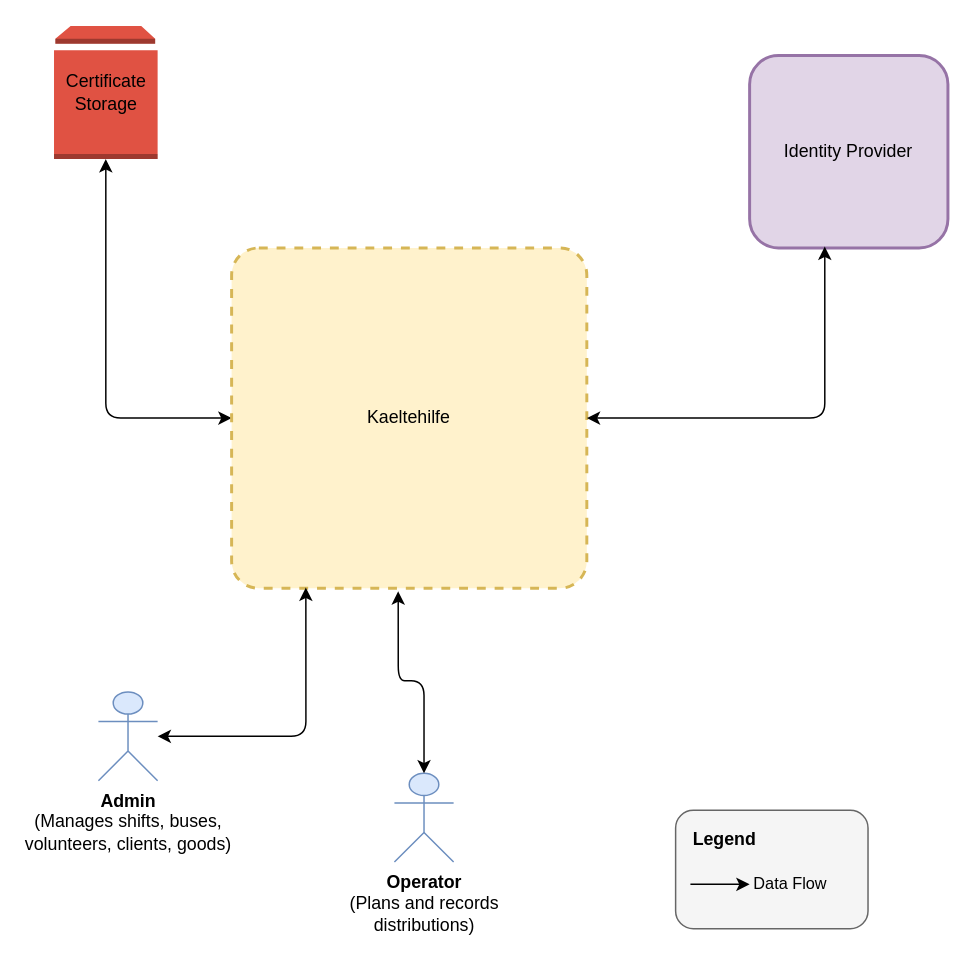
Earlier version of the draw.io diagram docs/img/architecture/1_context.drawio (Businesskasper/kaeltehilfe). Source tidied: cells renumbered, new cells numbered last; positions are measured from the earlier drawing's top-left corner, leaving out a move shared by most shapes. Both pictures are drawn from the tidied source at 148%, with x=0, y=0 at pixel (53, 25).
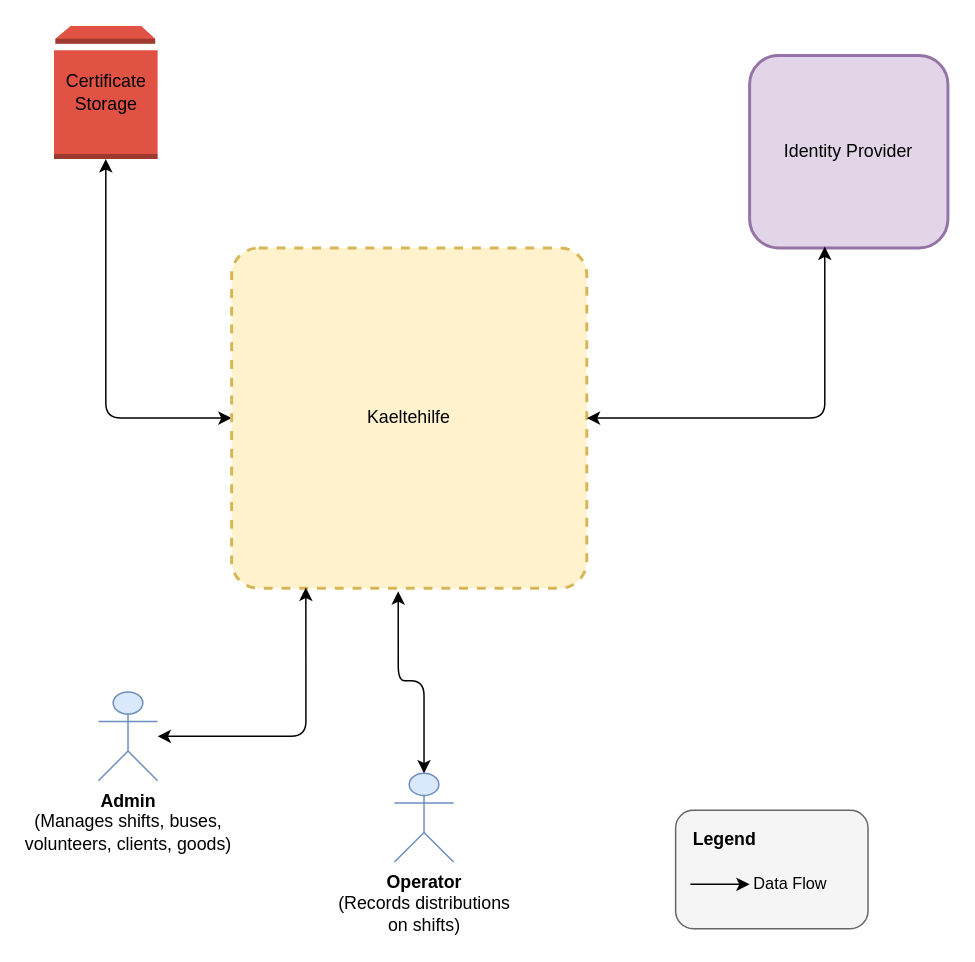
The same page after the edit.

Change to the diagram source:
```diff
@@
 <mxGraphModel>
   <root>
     <mxCell id="0" />
     <mxCell id="1" parent="0" />
     <mxCell id="2" value="&lt;b&gt;Admin&lt;/b&gt;&lt;br&gt;(Manages shifts, buses,&lt;br&gt;volunteers, clients, goods)" style="shape=umlActor;verticalLabelPosition=bottom;verticalAlign=top;html=1;outlineConnect=0;fillColor=#dae8fc;strokeColor=#6c8ebf;" parent="1" vertex="1">
       <mxGeometry x="30" y="450" width="40" height="60" as="geometry" />
     </mxCell>
-    <mxCell id="3" value="&lt;b&gt;Operator&lt;/b&gt;&lt;br&gt;(Plans and records&lt;br&gt;distributions)" style="shape=umlActor;verticalLabelPosition=bottom;verticalAlign=top;html=1;outlineConnect=0;fillColor=#dae8fc;strokeColor=#6c8ebf;" parent="1" vertex="1">
+    <mxCell id="3" value="&lt;b&gt;Operator&lt;/b&gt;&lt;br&gt;(Records distributions&lt;br&gt;on shifts)" style="shape=umlActor;verticalLabelPosition=bottom;verticalAlign=top;html=1;outlineConnect=0;fillColor=#dae8fc;strokeColor=#6c8ebf;" parent="1" vertex="1">
       <mxGeometry x="230" y="505" width="40" height="60" as="geometry" />
     </mxCell>
     <mxCell id="4" style="edgeStyle=orthogonalEdgeStyle;rounded=1;jettySize=auto;html=1;curved=0;startArrow=classic;startFill=1;" parent="1" edge="1" source="5" target="7">
       <mxGeometry relative="1" as="geometry" />
     </mxCell>
     <mxCell id="5" value="Kaeltehilfe" style="rounded=1;whiteSpace=wrap;html=1;fillColor=#fff2cc;strokeColor=#d6b656;strokeWidth=2;dashed=1;arcSize=8;" parent="1" vertex="1">
       <mxGeometry x="120" y="150" width="240" height="230" as="geometry" />
     </mxCell>
     <mxCell id="6" value="Identity Provider" style="rounded=1;whiteSpace=wrap;html=1;fillColor=#e1d5e7;strokeColor=#9673a6;strokeWidth=2;fontSize=12;" parent="1" vertex="1">
       <mxGeometry x="470" y="20" width="134" height="130" as="geometry" />
     </mxCell>
     <mxCell id="7" value="Certificate&lt;br&gt;Storage" style="outlineConnect=0;dashed=0;verticalLabelPosition=middle;verticalAlign=middle;align=center;html=1;shape=mxgraph.aws3.volume;fillColor=#E05243;gradientColor=none;labelPosition=center;" parent="1" vertex="1">
       <mxGeometry width="70" height="90" as="geometry" />
     </mxCell>
     <mxCell id="8" style="rounded=1;whiteSpace=wrap;html=1;fillColor=#f5f5f5;strokeColor=#666666;strokeWidth=1;dashed=0;" parent="1" vertex="1">
       <mxGeometry x="420" y="530" width="130" height="80" as="geometry" />
     </mxCell>
     <mxCell id="9" value="&lt;b&gt;Legend&lt;/b&gt;" style="text;html=1;align=left;verticalAlign=middle;strokeColor=none;fillColor=none;fontSize=12;" parent="1" vertex="1">
       <mxGeometry x="430" y="535" width="70" height="30" as="geometry" />
     </mxCell>
     <mxCell id="10" style="endArrow=classic;html=1;" parent="1" edge="1">
       <mxGeometry relative="1" as="geometry">
         <mxPoint x="430" y="580" as="sourcePoint" />
         <mxPoint x="470" y="580" as="targetPoint" />
       </mxGeometry>
     </mxCell>
     <mxCell id="11" value="Data Flow" style="text;html=1;align=left;verticalAlign=middle;strokeColor=none;fillColor=none;fontSize=11;" parent="1" vertex="1">
       <mxGeometry x="471" y="565" width="80" height="30" as="geometry" />
     </mxCell>
     <mxCell id="12" style="edgeStyle=orthogonalEdgeStyle;rounded=1;jettySize=auto;html=1;entryX=0.379;entryY=0.993;entryDx=0;entryDy=0;entryPerimeter=0;curved=0;startArrow=classic;startFill=1;" parent="1" edge="1" source="5" target="6">
       <mxGeometry relative="1" as="geometry" />
     </mxCell>
     <mxCell id="13" style="edgeStyle=orthogonalEdgeStyle;rounded=1;jettySize=auto;html=1;entryX=0.209;entryY=0.998;entryDx=0;entryDy=0;entryPerimeter=0;curved=0;startArrow=classic;startFill=1;" parent="1" edge="1" source="2" target="5">
       <mxGeometry relative="1" as="geometry" />
     </mxCell>
     <mxCell id="14" style="edgeStyle=orthogonalEdgeStyle;rounded=1;jettySize=auto;html=1;entryX=0.469;entryY=1.009;entryDx=0;entryDy=0;entryPerimeter=0;curved=0;startArrow=classic;startFill=1;" parent="1" edge="1" source="3" target="5">
       <mxGeometry relative="1" as="geometry" />
     </mxCell>
   </root>
 </mxGraphModel>
```
